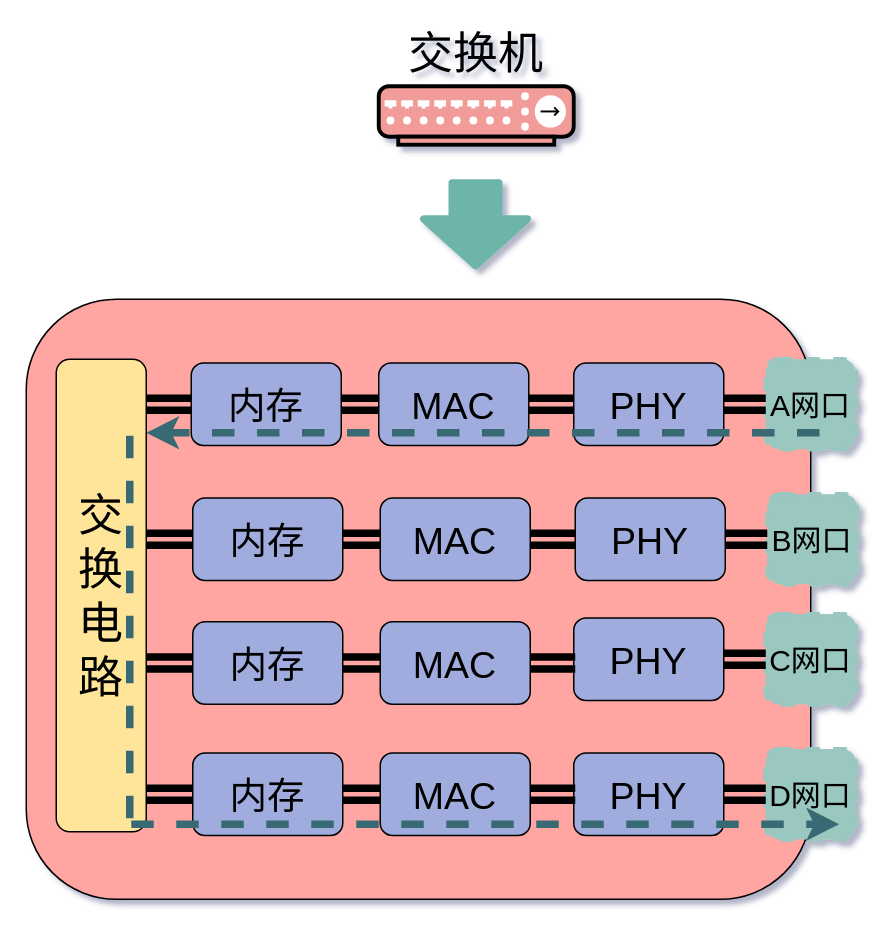
xiaobaiTech/image keeps this draw.io diagram as network/交换机内部结构.drawio. Above is the earlier version. Source tidied: cells renumbered, new cells numbered last; positions are measured from the earlier drawing's top-left corner, leaving out a move shared by most shapes. Both pictures are drawn from the tidied source at 150%, with x=0, y=0 at pixel (26, 28).
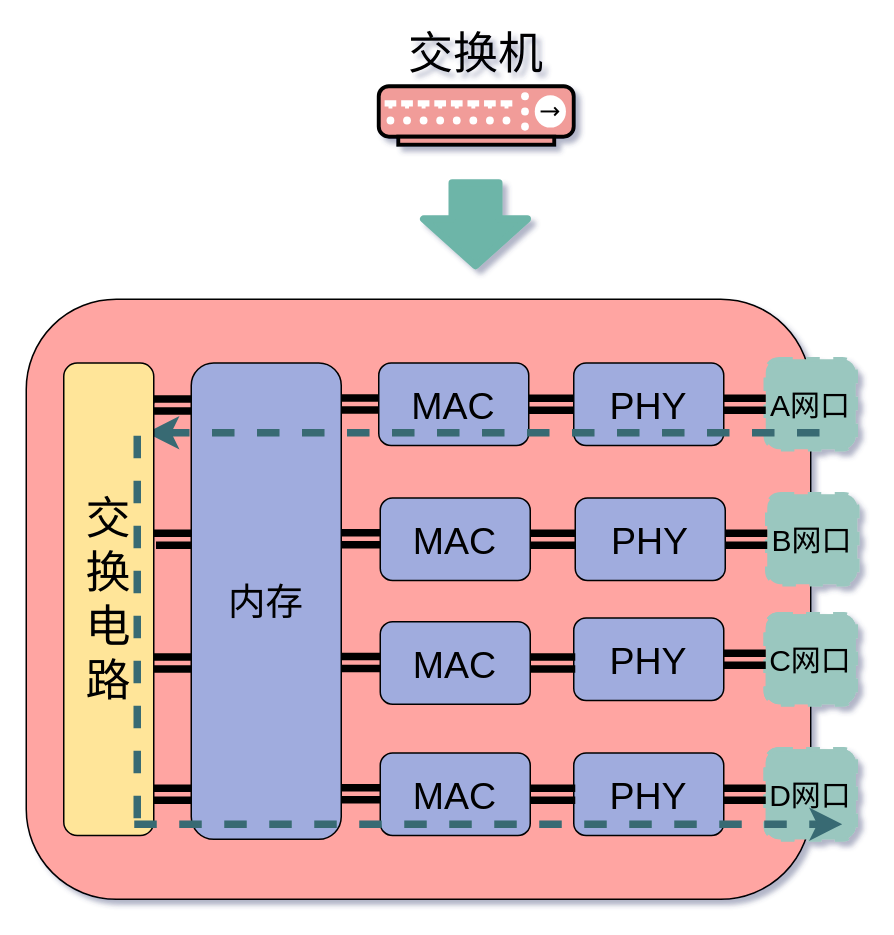
The same page after the edit.

Commit message:
更新交换机内部结构.drawio

The change refers to these unchanged cells:
```xml
<mxCell id="41" value="&lt;font style=&quot;font-size: 25px&quot;&gt;MAC&lt;/font&gt;" style="rounded=1;whiteSpace=wrap;html=1;fillColor=#A0ACDE;" parent="1" vertex="1">
  <mxGeometry x="236" y="482.5" width="100" height="55" as="geometry" />
</mxCell>
```

What changed in the source:
```diff
@@
-    <mxCell id="3" style="edgeStyle=orthogonalEdgeStyle;rounded=0;jettySize=auto;html=1;exitX=0;exitY=0.5;exitDx=0;exitDy=0;entryX=0.833;entryY=0.095;entryDx=0;entryDy=0;entryPerimeter=0;endArrow=none;endFill=0;strokeWidth=5;shape=link;" parent="1" edge="1" source="4" target="12">
-      <mxGeometry relative="1" as="geometry" />
-    </mxCell>
-    <mxCell id="4" value="&lt;font style=&quot;font-size: 25px&quot;&gt;内存&lt;/font&gt;" style="rounded=1;whiteSpace=wrap;html=1;fillColor=#A0ACDE;" parent="1" vertex="1">
-      <mxGeometry x="110" y="222.5" width="100" height="55" as="geometry" />
-    </mxCell>
-    <mxCell id="5" style="edgeStyle=orthogonalEdgeStyle;rounded=0;jettySize=auto;html=1;exitX=0;exitY=0.5;exitDx=0;exitDy=0;endArrow=none;endFill=0;shape=link;strokeWidth=5;" parent="1" edge="1" source="6" target="4">
-      <mxGeometry relative="1" as="geometry" />
-    </mxCell>
-    <mxCell id="6" value="&lt;font style=&quot;font-size: 25px&quot;&gt;MAC&lt;/font&gt;" style="rounded=1;whiteSpace=wrap;html=1;fillColor=#A0ACDE;" parent="1" vertex="1">
-      <mxGeometry x="235" y="222.5" width="100" height="55" as="geometry" />
-    </mxCell>
@@
-    <mxCell id="12" value="&lt;span style=&quot;font-size: 30px&quot;&gt;交换电路&lt;/span&gt;" style="rounded=1;whiteSpace=wrap;html=1;fillColor=#FFE599;" parent="1" vertex="1">
-      <mxGeometry x="20" y="220" width="60" height="315" as="geometry" />
-    </mxCell>
@@
-    <mxCell id="26" style="endArrow=none;dashed=1;html=1;strokeWidth=5;fillColor=#6DB5A8;startArrow=classic;startFill=1;strokeColor=#376B73;" parent="1" edge="1">
-      <mxGeometry relative="1" as="geometry">
-        <mxPoint x="80" y="269" as="sourcePoint" />
-        <mxPoint x="543" y="269" as="targetPoint" />
-      </mxGeometry>
-    </mxCell>
-    <mxCell id="27" style="endArrow=none;dashed=1;html=1;strokeWidth=5;fillColor=#6DB5A8;strokeColor=#376B73;exitX=0.174;exitY=0.875;exitDx=0;exitDy=0;exitPerimeter=0;" parent="1" edge="1">
-      <mxGeometry relative="1" as="geometry">
-        <mxPoint x="69" y="526" as="sourcePoint" />
-        <mxPoint x="69" y="260" as="targetPoint" />
-      </mxGeometry>
-    </mxCell>
-    <mxCell id="28" style="edgeStyle=orthogonalEdgeStyle;shape=link;rounded=0;jettySize=auto;html=1;exitX=0;exitY=0.5;exitDx=0;exitDy=0;entryX=1;entryY=0.378;entryDx=0;entryDy=0;entryPerimeter=0;startArrow=classic;startFill=1;endArrow=none;endFill=0;strokeWidth=5;" parent="1" edge="1" source="29" target="12">
-      <mxGeometry relative="1" as="geometry" />
+    <mxCell id="28" style="edgeStyle=orthogonalEdgeStyle;shape=link;rounded=0;jettySize=auto;html=1;exitX=0;exitY=0.5;exitDx=0;exitDy=0;entryX=1;entryY=0.378;entryDx=0;entryDy=0;entryPerimeter=0;startArrow=classic;startFill=1;endArrow=none;endFill=0;strokeWidth=5;" parent="1" edge="1" target="12">
+      <mxGeometry relative="1" as="geometry">
+        <mxPoint x="111" y="340" as="sourcePoint" />
+      </mxGeometry>
     </mxCell>
-    <mxCell id="29" value="&lt;font style=&quot;font-size: 25px&quot;&gt;内存&lt;/font&gt;" style="rounded=1;whiteSpace=wrap;html=1;fillColor=#A0ACDE;" parent="1" vertex="1">
-      <mxGeometry x="111" y="312.5" width="100" height="55" as="geometry" />
-    </mxCell>
-    <mxCell id="30" style="edgeStyle=orthogonalEdgeStyle;rounded=0;jettySize=auto;html=1;exitX=0;exitY=0.5;exitDx=0;exitDy=0;endArrow=none;endFill=0;shape=link;strokeWidth=5;" parent="1" edge="1" source="31" target="29">
-      <mxGeometry relative="1" as="geometry" />
-    </mxCell>
-    <mxCell id="31" value="&lt;font style=&quot;font-size: 25px&quot;&gt;MAC&lt;/font&gt;" style="rounded=1;whiteSpace=wrap;html=1;fillColor=#A0ACDE;" parent="1" vertex="1">
-      <mxGeometry x="236" y="312.5" width="100" height="55" as="geometry" />
-    </mxCell>
@@
-    <mxCell id="33" style="edgeStyle=orthogonalEdgeStyle;shape=link;rounded=0;jettySize=auto;html=1;exitX=0;exitY=0.5;exitDx=0;exitDy=0;entryX=1;entryY=0.378;entryDx=0;entryDy=0;entryPerimeter=0;startArrow=classic;startFill=1;endArrow=none;endFill=0;strokeWidth=5;" parent="1" edge="1" source="34">
+    <mxCell id="33" style="edgeStyle=orthogonalEdgeStyle;shape=link;rounded=0;orthogonalLoop=1;jettySize=auto;html=1;exitX=0;exitY=0.5;exitDx=0;exitDy=0;entryX=1;entryY=0.378;entryDx=0;entryDy=0;entryPerimeter=0;startArrow=classic;startFill=1;endArrow=none;endFill=0;strokeWidth=5;" parent="1" edge="1">
       <mxGeometry relative="1" as="geometry">
+        <mxPoint x="111" y="422.5" as="sourcePoint" />
         <mxPoint x="80" y="421.6" as="targetPoint" />
       </mxGeometry>
     </mxCell>
-    <mxCell id="34" value="&lt;font style=&quot;font-size: 25px&quot;&gt;内存&lt;/font&gt;" style="rounded=1;whiteSpace=wrap;html=1;fillColor=#A0ACDE;" parent="1" vertex="1">
-      <mxGeometry x="111" y="395" width="100" height="55" as="geometry" />
-    </mxCell>
-    <mxCell id="35" style="edgeStyle=orthogonalEdgeStyle;rounded=0;jettySize=auto;html=1;exitX=0;exitY=0.5;exitDx=0;exitDy=0;endArrow=none;endFill=0;shape=link;strokeWidth=5;" parent="1" edge="1" source="36" target="34">
-      <mxGeometry relative="1" as="geometry" />
-    </mxCell>
-    <mxCell id="36" value="&lt;font style=&quot;font-size: 25px&quot;&gt;MAC&lt;/font&gt;" style="rounded=1;whiteSpace=wrap;html=1;fillColor=#A0ACDE;" parent="1" vertex="1">
-      <mxGeometry x="236" y="395" width="100" height="55" as="geometry" />
-    </mxCell>
@@
-    <mxCell id="38" style="edgeStyle=orthogonalEdgeStyle;shape=link;rounded=0;jettySize=auto;html=1;exitX=0;exitY=0.5;exitDx=0;exitDy=0;entryX=1;entryY=0.378;entryDx=0;entryDy=0;entryPerimeter=0;startArrow=classic;startFill=1;endArrow=none;endFill=0;strokeWidth=5;" parent="1" edge="1" source="39">
+    <mxCell id="38" style="edgeStyle=orthogonalEdgeStyle;shape=link;rounded=0;orthogonalLoop=1;jettySize=auto;html=1;exitX=0;exitY=0.5;exitDx=0;exitDy=0;entryX=1;entryY=0.378;entryDx=0;entryDy=0;entryPerimeter=0;startArrow=classic;startFill=1;endArrow=none;endFill=0;strokeWidth=5;" parent="1" edge="1">
       <mxGeometry relative="1" as="geometry">
+        <mxPoint x="111" y="510" as="sourcePoint" />
         <mxPoint x="80" y="509.1" as="targetPoint" />
       </mxGeometry>
     </mxCell>
-    <mxCell id="39" value="&lt;font style=&quot;font-size: 25px&quot;&gt;内存&lt;/font&gt;" style="rounded=1;whiteSpace=wrap;html=1;fillColor=#A0ACDE;" parent="1" vertex="1">
-      <mxGeometry x="111" y="482.5" width="100" height="55" as="geometry" />
-    </mxCell>
-    <mxCell id="40" style="edgeStyle=orthogonalEdgeStyle;rounded=0;jettySize=auto;html=1;exitX=0;exitY=0.5;exitDx=0;exitDy=0;endArrow=none;endFill=0;shape=link;strokeWidth=5;" parent="1" edge="1" source="41" target="39">
-      <mxGeometry relative="1" as="geometry" />
-    </mxCell>
+    <mxCell id="42" style="edgeStyle=orthogonalEdgeStyle;rounded=0;jettySize=auto;html=1;exitX=0;exitY=0.5;exitDx=0;exitDy=0;entryX=1;entryY=0.5;entryDx=0;entryDy=0;endArrow=none;endFill=0;strokeWidth=5;shape=link;" parent="1" edge="1" target="41">
+      <mxGeometry relative="1" as="geometry">
+        <mxPoint x="366" y="510" as="sourcePoint" />
+      </mxGeometry>
+    </mxCell>
+    <mxCell id="44" style="edgeStyle=orthogonalEdgeStyle;rounded=0;orthogonalLoop=1;jettySize=auto;html=1;exitX=0;exitY=0.5;exitDx=0;exitDy=0;entryX=1;entryY=0.5;entryDx=0;entryDy=0;endArrow=none;endFill=0;strokeWidth=5;shape=link;" parent="1" edge="1">
+      <mxGeometry relative="1" as="geometry">
+        <mxPoint x="236" y="249.9" as="sourcePoint" />
+        <mxPoint x="206" y="249.9" as="targetPoint" />
+      </mxGeometry>
+    </mxCell>
+    <mxCell id="6" value="&lt;font style=&quot;font-size: 25px&quot;&gt;MAC&lt;/font&gt;" style="rounded=1;whiteSpace=wrap;html=1;fillColor=#A0ACDE;" parent="1" vertex="1">
+      <mxGeometry x="235" y="222.5" width="100" height="55" as="geometry" />
+    </mxCell>
+    <mxCell id="45" style="edgeStyle=orthogonalEdgeStyle;rounded=0;orthogonalLoop=1;jettySize=auto;html=1;exitX=0;exitY=0.5;exitDx=0;exitDy=0;entryX=1;entryY=0.5;entryDx=0;entryDy=0;endArrow=none;endFill=0;strokeWidth=5;shape=link;" parent="1" edge="1">
+      <mxGeometry relative="1" as="geometry">
+        <mxPoint x="236" y="339.7" as="sourcePoint" />
+        <mxPoint x="206" y="339.7" as="targetPoint" />
+      </mxGeometry>
+    </mxCell>
+    <mxCell id="46" style="edgeStyle=orthogonalEdgeStyle;rounded=0;orthogonalLoop=1;jettySize=auto;html=1;exitX=0;exitY=0.5;exitDx=0;exitDy=0;entryX=1;entryY=0.5;entryDx=0;entryDy=0;endArrow=none;endFill=0;strokeWidth=5;shape=link;" parent="1" edge="1">
+      <mxGeometry relative="1" as="geometry">
+        <mxPoint x="236" y="422.2" as="sourcePoint" />
+        <mxPoint x="206" y="422.2" as="targetPoint" />
+      </mxGeometry>
+    </mxCell>
+    <mxCell id="47" style="edgeStyle=orthogonalEdgeStyle;rounded=0;orthogonalLoop=1;jettySize=auto;html=1;exitX=0;exitY=0.5;exitDx=0;exitDy=0;entryX=1;entryY=0.5;entryDx=0;entryDy=0;endArrow=none;endFill=0;strokeWidth=5;shape=link;" parent="1" edge="1">
+      <mxGeometry relative="1" as="geometry">
+        <mxPoint x="240" y="509.7" as="sourcePoint" />
+        <mxPoint x="210" y="509.7" as="targetPoint" />
+      </mxGeometry>
+    </mxCell>
+    <mxCell id="31" value="&lt;font style=&quot;font-size: 25px&quot;&gt;MAC&lt;/font&gt;" style="rounded=1;whiteSpace=wrap;html=1;fillColor=#A0ACDE;" parent="1" vertex="1">
+      <mxGeometry x="236" y="312.5" width="100" height="55" as="geometry" />
+    </mxCell>
+    <mxCell id="36" value="&lt;font style=&quot;font-size: 25px&quot;&gt;MAC&lt;/font&gt;" style="rounded=1;whiteSpace=wrap;html=1;fillColor=#A0ACDE;" parent="1" vertex="1">
+      <mxGeometry x="236" y="395" width="100" height="55" as="geometry" />
+    </mxCell>
@@
-    <mxCell id="42" style="edgeStyle=orthogonalEdgeStyle;rounded=0;jettySize=auto;html=1;exitX=0;exitY=0.5;exitDx=0;exitDy=0;entryX=1;entryY=0.5;entryDx=0;entryDy=0;endArrow=none;endFill=0;strokeWidth=5;shape=link;" parent="1" edge="1" target="41">
-      <mxGeometry relative="1" as="geometry">
-        <mxPoint x="366" y="510" as="sourcePoint" />
-      </mxGeometry>
-    </mxCell>
+    <mxCell id="4" value="&lt;font style=&quot;font-size: 25px&quot;&gt;内存&lt;/font&gt;" style="rounded=1;whiteSpace=wrap;html=1;fillColor=#A0ACDE;" parent="1" vertex="1">
+      <mxGeometry x="110" y="222.5" width="100" height="317.5" as="geometry" />
+    </mxCell>
+    <mxCell id="48" style="edgeStyle=orthogonalEdgeStyle;shape=link;rounded=0;orthogonalLoop=1;jettySize=auto;html=1;exitX=0;exitY=0.5;exitDx=0;exitDy=0;entryX=1;entryY=0.378;entryDx=0;entryDy=0;entryPerimeter=0;startArrow=classic;startFill=1;endArrow=none;endFill=0;strokeWidth=5;" parent="1" edge="1">
+      <mxGeometry relative="1" as="geometry">
+        <mxPoint x="110" y="250.5" as="sourcePoint" />
+        <mxPoint x="79" y="249.5" as="targetPoint" />
+      </mxGeometry>
+    </mxCell>
+    <mxCell id="26" style="endArrow=none;dashed=1;html=1;strokeWidth=5;fillColor=#6DB5A8;startArrow=classic;startFill=1;strokeColor=#376B73;" parent="1" edge="1">
+      <mxGeometry relative="1" as="geometry">
+        <mxPoint x="80" y="269" as="sourcePoint" />
+        <mxPoint x="543" y="269" as="targetPoint" />
+      </mxGeometry>
+    </mxCell>
+    <mxCell id="12" value="&lt;span style=&quot;font-size: 30px&quot;&gt;交换电路&lt;/span&gt;" style="rounded=1;whiteSpace=wrap;html=1;fillColor=#FFE599;" parent="1" vertex="1">
+      <mxGeometry x="25" y="222.5" width="60" height="315" as="geometry" />
+    </mxCell>
+    <mxCell id="27" style="endArrow=none;dashed=1;html=1;strokeWidth=5;fillColor=#6DB5A8;strokeColor=#376B73;exitX=0.174;exitY=0.875;exitDx=0;exitDy=0;exitPerimeter=0;" parent="1" edge="1">
+      <mxGeometry relative="1" as="geometry">
+        <mxPoint x="74" y="526" as="sourcePoint" />
+        <mxPoint x="74" y="260" as="targetPoint" />
+      </mxGeometry>
+    </mxCell>
     <mxCell id="43" style="endArrow=classic;dashed=1;html=1;strokeWidth=5;fillColor=#6DB5A8;startArrow=none;startFill=0;endFill=1;strokeColor=#376B73;" parent="1" edge="1">
       <mxGeometry relative="1" as="geometry">
-        <mxPoint x="70" y="530" as="sourcePoint" />
-        <mxPoint x="542" y="530" as="targetPoint" />
+        <mxPoint x="72" y="530" as="sourcePoint" />
+        <mxPoint x="544" y="530" as="targetPoint" />
       </mxGeometry>
     </mxCell>
```
